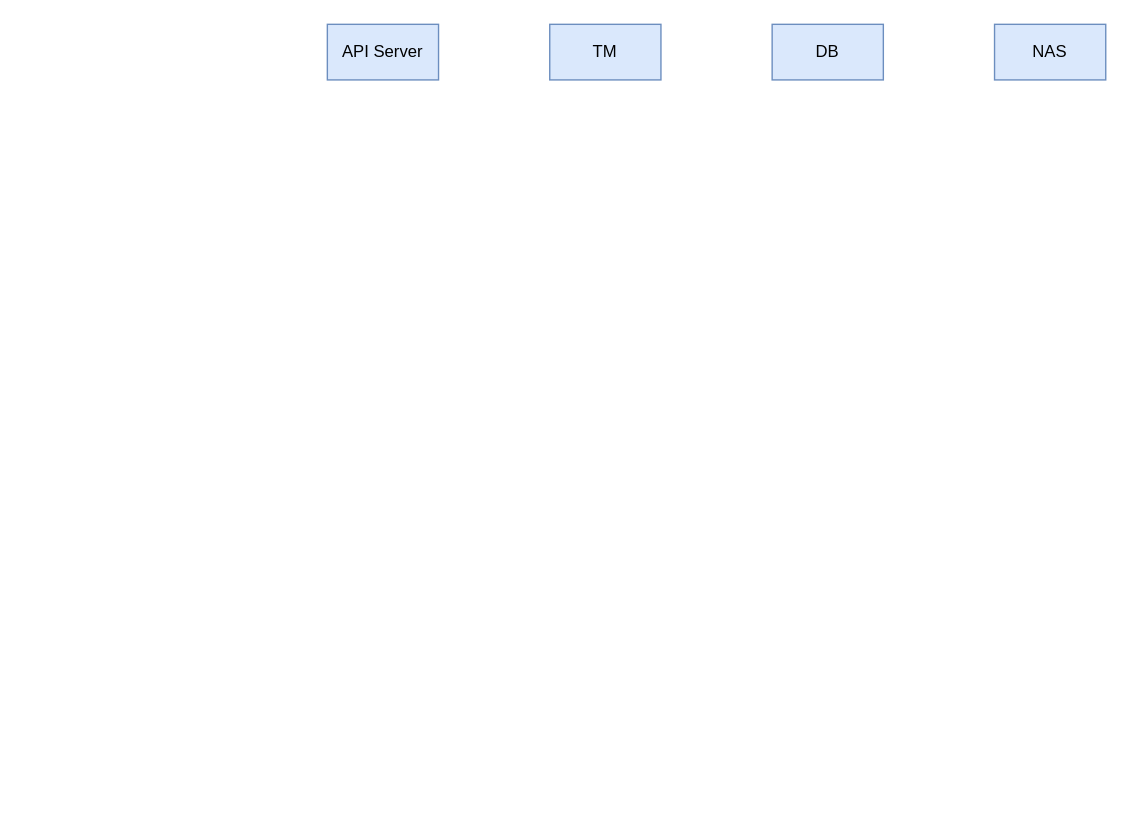
This is TM.drawio from JaeHyeon774/NEWTIL, a draw.io file, before an edit. Source tidied: cells renumbered, new cells numbered last; positions are measured from the earlier drawing's top-left corner, leaving out a move shared by most shapes. Both pictures are drawn from the tidied source at 139%, with x=0, y=0 at pixel (327, 24).
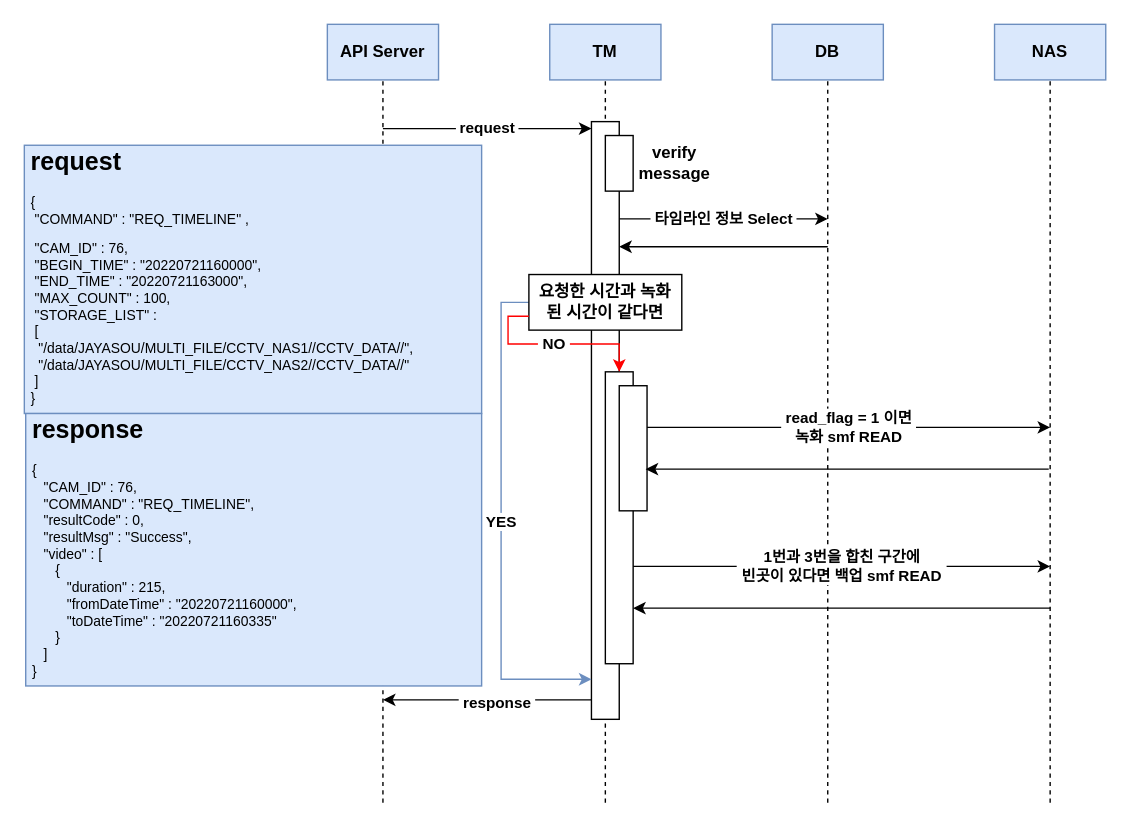
Above is the later version.

Change to the diagram source:
```diff
@@
-    <mxCell id="2" value="API Server" style="text;html=1;strokeColor=#6c8ebf;fillColor=#dae8fc;align=center;verticalAlign=middle;whiteSpace=wrap;rounded=0;" parent="1" vertex="1">
+    <mxCell id="2" value="&lt;b&gt;API Server&lt;/b&gt;" style="text;html=1;strokeColor=#6c8ebf;fillColor=#dae8fc;align=center;verticalAlign=middle;whiteSpace=wrap;rounded=0;" parent="1" vertex="1">
       <mxGeometry width="80" height="40" as="geometry" />
     </mxCell>
-    <mxCell id="3" value="TM" style="text;html=1;strokeColor=#6c8ebf;fillColor=#dae8fc;align=center;verticalAlign=middle;whiteSpace=wrap;rounded=0;" parent="1" vertex="1">
+    <mxCell id="3" value="&lt;b&gt;TM&lt;/b&gt;" style="text;html=1;strokeColor=#6c8ebf;fillColor=#dae8fc;align=center;verticalAlign=middle;whiteSpace=wrap;rounded=0;" parent="1" vertex="1">
       <mxGeometry x="160" width="80" height="40" as="geometry" />
     </mxCell>
-    <mxCell id="4" value="DB" style="text;html=1;strokeColor=#6c8ebf;fillColor=#dae8fc;align=center;verticalAlign=middle;whiteSpace=wrap;rounded=0;" parent="1" vertex="1">
+    <mxCell id="4" value="&lt;b&gt;DB&lt;/b&gt;" style="text;html=1;strokeColor=#6c8ebf;fillColor=#dae8fc;align=center;verticalAlign=middle;whiteSpace=wrap;rounded=0;" parent="1" vertex="1">
       <mxGeometry x="320" width="80" height="40" as="geometry" />
     </mxCell>
-    <mxCell id="5" value="NAS" style="text;html=1;strokeColor=#6c8ebf;fillColor=#dae8fc;align=center;verticalAlign=middle;whiteSpace=wrap;rounded=0;" parent="1" vertex="1">
+    <mxCell id="5" value="&lt;b&gt;NAS&lt;/b&gt;" style="text;html=1;strokeColor=#6c8ebf;fillColor=#dae8fc;align=center;verticalAlign=middle;whiteSpace=wrap;rounded=0;" parent="1" vertex="1">
       <mxGeometry x="480" width="80" height="40" as="geometry" />
     </mxCell>
+    <mxCell id="6" style="endArrow=none;dashed=1;html=1;rounded=0;entryX=0.5;entryY=1;entryDx=0;entryDy=0;" parent="1" edge="1" target="2">
+      <mxGeometry relative="1" as="geometry">
+        <mxPoint x="40" y="560" as="sourcePoint" />
+      </mxGeometry>
+    </mxCell>
+    <mxCell id="7" style="endArrow=none;dashed=1;html=1;rounded=0;entryX=0.5;entryY=1;entryDx=0;entryDy=0;" parent="1" edge="1" target="3">
+      <mxGeometry relative="1" as="geometry">
+        <mxPoint x="200" y="560" as="sourcePoint" />
+      </mxGeometry>
+    </mxCell>
+    <mxCell id="8" style="endArrow=none;dashed=1;html=1;rounded=0;entryX=0.5;entryY=1;entryDx=0;entryDy=0;" parent="1" edge="1" target="4">
+      <mxGeometry relative="1" as="geometry">
+        <mxPoint x="360" y="560" as="sourcePoint" />
+      </mxGeometry>
+    </mxCell>
+    <mxCell id="9" style="endArrow=none;dashed=1;html=1;rounded=0;entryX=0.5;entryY=1;entryDx=0;entryDy=0;" parent="1" edge="1" target="5">
+      <mxGeometry relative="1" as="geometry">
+        <mxPoint x="520" y="560" as="sourcePoint" />
+      </mxGeometry>
+    </mxCell>
+    <mxCell id="10" value="&lt;b&gt;&amp;nbsp;request&amp;nbsp;&lt;/b&gt;" style="endArrow=classic;html=1;rounded=0;" parent="1" edge="1">
+      <mxGeometry relative="1" as="geometry">
+        <mxPoint x="40" y="75" as="sourcePoint" />
+        <mxPoint x="190" y="75" as="targetPoint" />
+      </mxGeometry>
+    </mxCell>
+    <mxCell id="11" style="rounded=0;whiteSpace=wrap;html=1;" parent="1" vertex="1">
+      <mxGeometry x="190" y="70" width="20" height="430" as="geometry" />
+    </mxCell>
+    <mxCell id="12" style="rounded=0;whiteSpace=wrap;html=1;" parent="1" vertex="1">
+      <mxGeometry x="200" y="80" width="20" height="40" as="geometry" />
+    </mxCell>
+    <mxCell id="13" value="&lt;b&gt;verify message&lt;/b&gt;" style="text;html=1;strokeColor=none;fillColor=none;align=center;verticalAlign=middle;whiteSpace=wrap;rounded=0;" parent="1" vertex="1">
+      <mxGeometry x="220" y="85" width="60" height="30" as="geometry" />
+    </mxCell>
+    <mxCell id="14" value="&lt;b&gt;&amp;nbsp;타임라인 정보 Select&amp;nbsp;&lt;/b&gt;" style="endArrow=classic;html=1;rounded=0;" parent="1" edge="1">
+      <mxGeometry relative="1" as="geometry">
+        <mxPoint x="210" y="140" as="sourcePoint" />
+        <mxPoint x="360" y="140" as="targetPoint" />
+      </mxGeometry>
+    </mxCell>
+    <mxCell id="15" style="endArrow=classic;html=1;rounded=0;" parent="1" edge="1">
+      <mxGeometry relative="1" as="geometry">
+        <mxPoint x="360" y="160" as="sourcePoint" />
+        <mxPoint x="210" y="160" as="targetPoint" />
+      </mxGeometry>
+    </mxCell>
+    <mxCell id="16" value="&lt;b&gt;YES&lt;/b&gt;" style="edgeStyle=orthogonalEdgeStyle;rounded=0;jettySize=auto;html=1;exitX=0;exitY=0.5;exitDx=0;exitDy=0;entryX=0;entryY=0.933;entryDx=0;entryDy=0;entryPerimeter=0;strokeColor=#6c8ebf;fillColor=#dae8fc;" parent="1" edge="1" source="17" target="11">
+      <mxGeometry relative="1" as="geometry" />
+    </mxCell>
+    <mxCell id="17" value="&lt;b&gt;요청한 시간과 녹화 된 시간이 같다면&lt;/b&gt;" style="rounded=0;whiteSpace=wrap;html=1;" parent="1" vertex="1">
+      <mxGeometry x="145" y="180" width="110" height="40" as="geometry" />
+    </mxCell>
+    <mxCell id="18" style="rounded=0;whiteSpace=wrap;html=1;" parent="1" vertex="1">
+      <mxGeometry x="200" y="250" width="20" height="210" as="geometry" />
+    </mxCell>
+    <mxCell id="19" value="&lt;b&gt;&amp;nbsp;NO&amp;nbsp;&lt;/b&gt;" style="endArrow=classic;html=1;rounded=0;exitX=0;exitY=0.75;exitDx=0;exitDy=0;entryX=0.5;entryY=0;entryDx=0;entryDy=0;strokeColor=#FF0000;" parent="1" edge="1" source="17" target="18">
+      <mxGeometry relative="1" as="geometry">
+        <Array as="points">
+          <mxPoint x="130" y="210" />
+          <mxPoint x="130" y="230" />
+          <mxPoint x="210" y="230" />
+        </Array>
+      </mxGeometry>
+    </mxCell>
+    <mxCell id="20" style="rounded=0;whiteSpace=wrap;html=1;" parent="1" vertex="1">
+      <mxGeometry x="210" y="260" width="20" height="90" as="geometry" />
+    </mxCell>
+    <mxCell id="21" value="&lt;b&gt;&amp;nbsp;read_flag = 1 이면&amp;nbsp;&lt;br&gt;녹화 smf READ&lt;/b&gt;" style="endArrow=classic;html=1;rounded=0;strokeColor=#000000;" parent="1" edge="1">
+      <mxGeometry relative="1" as="geometry">
+        <mxPoint x="230" y="290" as="sourcePoint" />
+        <mxPoint x="520" y="290" as="targetPoint" />
+      </mxGeometry>
+    </mxCell>
+    <mxCell id="22" style="endArrow=classic;html=1;rounded=0;strokeColor=#000000;" parent="1" edge="1">
+      <mxGeometry relative="1" as="geometry">
+        <mxPoint x="519" y="320" as="sourcePoint" />
+        <mxPoint x="229" y="320" as="targetPoint" />
+      </mxGeometry>
+    </mxCell>
+    <mxCell id="23" value="&lt;b&gt;&amp;nbsp;1번과 3번을 합친 구간에&amp;nbsp;&lt;br&gt;&amp;nbsp;빈곳이 있다면 백업 smf READ&amp;nbsp;&lt;/b&gt;" style="endArrow=classic;html=1;rounded=0;strokeColor=#000000;" parent="1" edge="1">
+      <mxGeometry relative="1" as="geometry">
+        <mxPoint x="220" y="390" as="sourcePoint" />
+        <mxPoint x="520" y="390" as="targetPoint" />
+      </mxGeometry>
+    </mxCell>
+    <mxCell id="24" style="endArrow=classic;html=1;rounded=0;strokeColor=#000000;" parent="1" edge="1">
+      <mxGeometry relative="1" as="geometry">
+        <mxPoint x="520" y="420" as="sourcePoint" />
+        <mxPoint x="220" y="420" as="targetPoint" />
+      </mxGeometry>
+    </mxCell>
+    <mxCell id="25" style="endArrow=classic;html=1;rounded=0;strokeColor=#000000;" parent="1" edge="1">
+      <mxGeometry relative="1" as="geometry">
+        <mxPoint x="190" y="486" as="sourcePoint" />
+        <mxPoint x="40" y="486" as="targetPoint" />
+      </mxGeometry>
+    </mxCell>
+    <mxCell id="26" value="&lt;b&gt;&amp;nbsp;response&amp;nbsp;&lt;/b&gt;" style="edgeLabel;html=1;align=center;verticalAlign=middle;" parent="25" vertex="1">
+      <mxGeometry x="-0.08" y="1" relative="1" as="geometry" />
+    </mxCell>
+    <mxCell id="27" value="&lt;h1&gt;request&lt;/h1&gt;&lt;p&gt;&lt;font size=&quot;1&quot;&gt;{&lt;br&gt;&lt;/font&gt;&lt;span style=&quot;font-size: x-small; background-color: initial; white-space: pre;&quot;&gt; &lt;/span&gt;&lt;span style=&quot;font-size: x-small; background-color: initial;&quot;&gt;&quot;COMMAND&quot; : &quot;REQ_TIMELINE&quot; ,&amp;nbsp;&lt;/span&gt;&lt;/p&gt;&lt;p&gt;&lt;span style=&quot;font-size: x-small; background-color: initial;&quot;&gt;&lt;span style=&quot;white-space: pre;&quot;&gt; &lt;/span&gt;&quot;CAM_ID&quot; : 76,&amp;nbsp;&lt;br&gt;&lt;/span&gt;&lt;span style=&quot;font-size: x-small; background-color: initial;&quot;&gt;&lt;span style=&quot;white-space: pre;&quot;&gt; &lt;/span&gt;&quot;BEGIN_TIME&quot; : &quot;20220721160000&quot;,&lt;br&gt;&lt;/span&gt;&lt;span style=&quot;font-size: x-small; background-color: initial;&quot;&gt;&lt;span style=&quot;white-space: pre;&quot;&gt; &lt;/span&gt;&quot;END_TIME&quot; : &quot;20220721163000&quot;,&lt;br&gt;&lt;/span&gt;&lt;span style=&quot;font-size: x-small; background-color: initial;&quot;&gt;&lt;span style=&quot;white-space: pre;&quot;&gt; &lt;/span&gt;&quot;MAX_COUNT&quot; : 100,&lt;br&gt;&lt;/span&gt;&lt;span style=&quot;font-size: x-small; background-color: initial;&quot;&gt;&lt;span style=&quot;white-space: pre;&quot;&gt; &lt;/span&gt;&quot;STORAGE_LIST&quot; :&amp;nbsp;&lt;br&gt;&lt;/span&gt;&lt;span style=&quot;font-size: x-small; background-color: initial;&quot;&gt;&lt;span style=&quot;white-space: pre;&quot;&gt; &lt;/span&gt;[&lt;br&gt;&lt;/span&gt;&lt;span style=&quot;font-size: x-small; background-color: initial;&quot;&gt;&lt;span style=&quot;white-space: pre;&quot;&gt; &lt;/span&gt;&lt;span style=&quot;white-space: pre;&quot;&gt; &lt;/span&gt;&quot;/data/JAYASOU/MULTI_FILE/CCTV_NAS1//CCTV_DATA//&quot;,&lt;br&gt;&lt;/span&gt;&lt;span style=&quot;font-size: x-small; background-color: initial;&quot;&gt;&lt;span style=&quot;white-space: pre;&quot;&gt; &lt;/span&gt;&lt;span style=&quot;white-space: pre;&quot;&gt; &lt;/span&gt;&quot;/data/JAYASOU/MULTI_FILE/CCTV_NAS2//CCTV_DATA//&quot;&lt;br&gt;&lt;/span&gt;&lt;span style=&quot;font-size: x-small; background-color: initial;&quot;&gt;&lt;span style=&quot;white-space: pre;&quot;&gt; &lt;/span&gt;]&lt;br&gt;&lt;/span&gt;&lt;span style=&quot;font-size: x-small; background-color: initial;&quot;&gt;}&lt;/span&gt;&lt;/p&gt;" style="text;html=1;spacing=5;spacingTop=-20;whiteSpace=wrap;overflow=hidden;rounded=0;fontSize=9;fillColor=#dae8fc;strokeColor=#6c8ebf;" parent="1" vertex="1">
+      <mxGeometry x="-218" y="87" width="329" height="193" as="geometry" />
+    </mxCell>
+    <mxCell id="28" value="&lt;h1&gt;response&lt;/h1&gt;&lt;p&gt;&lt;font size=&quot;1&quot;&gt;{&lt;br&gt;&lt;/font&gt;&lt;span style=&quot;font-size: x-small; background-color: initial;&quot;&gt;&amp;nbsp; &amp;nbsp;&quot;CAM_ID&quot; : 76,&lt;br&gt;&lt;/span&gt;&lt;span style=&quot;font-size: x-small; background-color: initial;&quot;&gt;&amp;nbsp; &amp;nbsp;&quot;COMMAND&quot; : &quot;REQ_TIMELINE&quot;,&lt;br&gt;&lt;/span&gt;&lt;span style=&quot;font-size: x-small; background-color: initial;&quot;&gt;&amp;nbsp; &amp;nbsp;&quot;resultCode&quot; : 0,&lt;br&gt;&lt;/span&gt;&lt;span style=&quot;font-size: x-small; background-color: initial;&quot;&gt;&amp;nbsp; &amp;nbsp;&quot;resultMsg&quot; : &quot;Success&quot;,&lt;br&gt;&lt;/span&gt;&lt;span style=&quot;font-size: x-small; background-color: initial;&quot;&gt;&amp;nbsp; &amp;nbsp;&quot;video&quot; : [&lt;br&gt;&lt;/span&gt;&lt;span style=&quot;font-size: x-small; background-color: initial;&quot;&gt;&amp;nbsp; &amp;nbsp; &amp;nbsp; {&lt;br&gt;&lt;/span&gt;&lt;span style=&quot;font-size: x-small; background-color: initial;&quot;&gt;&amp;nbsp; &amp;nbsp; &amp;nbsp; &amp;nbsp; &amp;nbsp;&quot;duration&quot; : 215,&lt;br&gt;&lt;/span&gt;&lt;span style=&quot;font-size: x-small; background-color: initial;&quot;&gt;&amp;nbsp; &amp;nbsp; &amp;nbsp; &amp;nbsp; &amp;nbsp;&quot;fromDateTime&quot; : &quot;20220721160000&quot;,&lt;br&gt;&lt;/span&gt;&lt;span style=&quot;font-size: x-small; background-color: initial;&quot;&gt;&amp;nbsp; &amp;nbsp; &amp;nbsp; &amp;nbsp; &amp;nbsp;&quot;toDateTime&quot; : &quot;20220721160335&quot;&lt;br&gt;&lt;/span&gt;&lt;span style=&quot;font-size: x-small; background-color: initial;&quot;&gt;&amp;nbsp; &amp;nbsp; &amp;nbsp; }&lt;br&gt;&lt;/span&gt;&lt;span style=&quot;font-size: x-small; background-color: initial;&quot;&gt;&amp;nbsp; &amp;nbsp;]&lt;br&gt;&lt;/span&gt;&lt;span style=&quot;background-color: initial; font-size: x-small;&quot;&gt;}&lt;/span&gt;&lt;/p&gt;&lt;div&gt;&lt;br&gt;&lt;/div&gt;" style="text;html=1;strokeColor=#6c8ebf;fillColor=#dae8fc;spacing=5;spacingTop=-20;whiteSpace=wrap;overflow=hidden;rounded=0;fontSize=9;" parent="1" vertex="1">
+      <mxGeometry x="-217" y="280" width="328" height="196" as="geometry" />
+    </mxCell>
```
